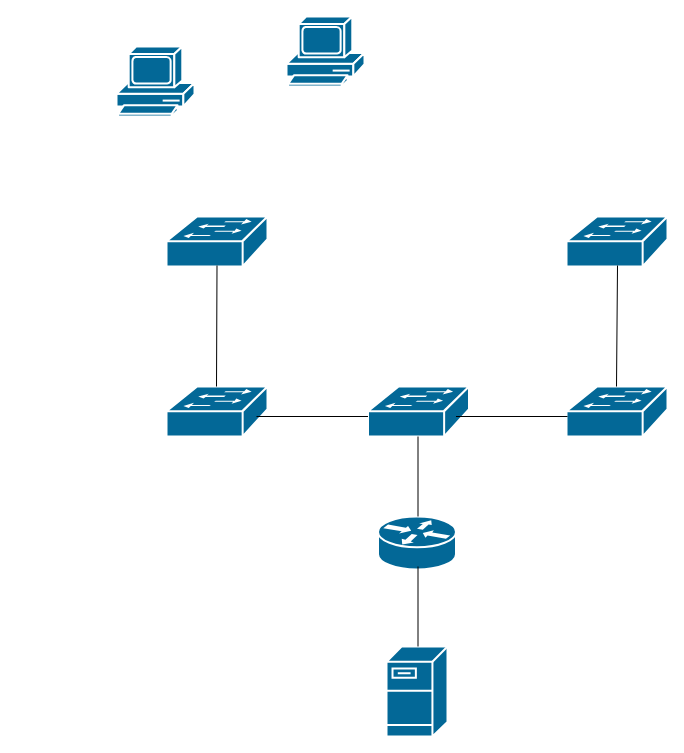
Above: Диаграмма без названия.drawio in dibovdmitry/Project (draw.io), before the change. Source tidied: cells renumbered, new cells numbered last; positions are measured from the earlier drawing's top-left corner, leaving out a move shared by most shapes. Both pictures are drawn from the tidied source at 100%, with x=0, y=0 at pixel (116, 16).
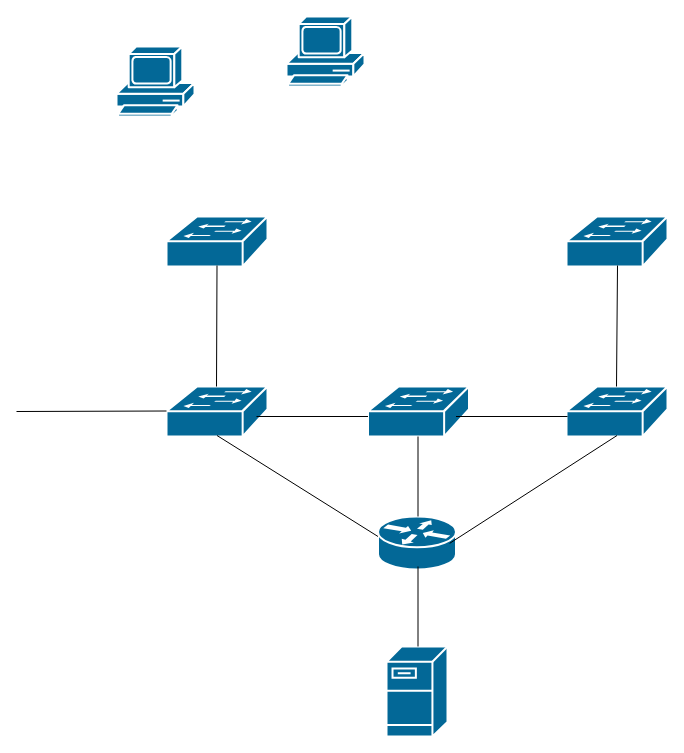
The same diagram, later.

Unchanged cells that the change refers to:
```xml
<mxCell id="4" style="shape=mxgraph.cisco.switches.workgroup_switch;sketch=0;html=1;dashed=0;fillColor=#036897;strokeColor=#ffffff;strokeWidth=2;verticalLabelPosition=bottom;verticalAlign=top;align=center;outlineConnect=0;" parent="1" vertex="1">
  <mxGeometry x="450" y="370" width="101" height="50" as="geometry" />
</mxCell>
<mxCell id="6" style="shape=mxgraph.cisco.switches.workgroup_switch;sketch=0;html=1;dashed=0;fillColor=#036897;strokeColor=#ffffff;strokeWidth=2;verticalLabelPosition=bottom;verticalAlign=top;align=center;outlineConnect=0;" parent="1" vertex="1">
  <mxGeometry x="50" y="370" width="101" height="50" as="geometry" />
</mxCell>
<mxCell id="7" style="shape=mxgraph.cisco.routers.router;sketch=0;html=1;dashed=0;fillColor=#036897;strokeColor=#ffffff;strokeWidth=2;verticalLabelPosition=bottom;verticalAlign=top;align=center;outlineConnect=0;" parent="1" vertex="1">
  <mxGeometry x="261.5" y="500" width="78" height="53" as="geometry" />
</mxCell>
```

Diff of the diagram source:
```diff
@@
+    <mxCell id="17" style="endArrow=none;html=1;rounded=0;exitX=0.5;exitY=0.98;exitDx=0;exitDy=0;exitPerimeter=0;" parent="1" edge="1" source="6">
+      <mxGeometry relative="1" as="geometry">
+        <mxPoint x="261.5" y="520" as="targetPoint" />
+      </mxGeometry>
+    </mxCell>
+    <mxCell id="18" style="endArrow=none;html=1;rounded=0;exitX=0.5;exitY=0.98;exitDx=0;exitDy=0;exitPerimeter=0;entryX=0.919;entryY=0.506;entryDx=0;entryDy=0;entryPerimeter=0;" parent="1" edge="1" source="4" target="7">
+      <mxGeometry relative="1" as="geometry" />
+    </mxCell>
+    <mxCell id="19" style="endArrow=none;html=1;rounded=0;" parent="1" edge="1">
+      <mxGeometry relative="1" as="geometry">
+        <mxPoint x="-100" y="395" as="sourcePoint" />
+        <mxPoint x="50" y="394.5" as="targetPoint" />
+      </mxGeometry>
+    </mxCell>
```
